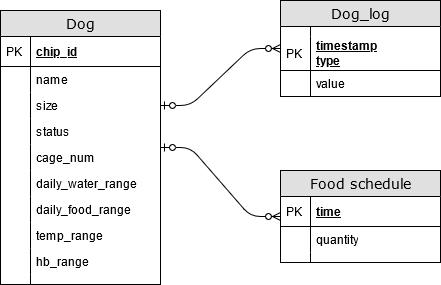
Above: DrawIo/EntityRelationship.png in SmartDogHouse/Report (draw.io), before the change. Source tidied: cells renumbered, new cells last; positions are measured from the earlier drawing's top-left corner, leaving out a move shared by most shapes. Source of this version:
```xml
<mxGraphModel>
  <root>
    <mxCell id="0" />
    <mxCell id="1" parent="0" />
    <mxCell id="2" value="Food schedule" style="swimlane;html=1;fontStyle=0;horizontal=1;startSize=26;fillColor=#e0e0e0;swimlaneFillColor=#ffffff;align=center;rounded=0;shadow=0;comic=0;labelBackgroundColor=none;strokeWidth=1;fontFamily=Verdana;fontSize=14;swimlaneLine=1;" parent="1" vertex="1">
      <mxGeometry x="280" y="170" width="160" height="92" as="geometry" />
    </mxCell>
    <mxCell id="3" value="time" style="shape=partialRectangle;top=0;left=0;right=0;bottom=1;html=1;align=left;verticalAlign=middle;fillColor=none;spacingLeft=34;spacingRight=4;whiteSpace=wrap;overflow=hidden;fontStyle=5;" parent="2" vertex="1">
      <mxGeometry y="26" width="160" height="30" as="geometry" />
    </mxCell>
    <mxCell id="4" value="PK" style="shape=partialRectangle;top=0;left=0;bottom=0;html=1;fillColor=none;align=left;verticalAlign=middle;spacingLeft=4;spacingRight=4;whiteSpace=wrap;overflow=hidden;" parent="3" vertex="1">
      <mxGeometry width="30" height="30" as="geometry" />
    </mxCell>
    <mxCell id="5" value="quantity" style="shape=partialRectangle;top=0;left=0;right=0;bottom=0;html=1;align=left;verticalAlign=top;fillColor=none;spacingLeft=34;spacingRight=4;whiteSpace=wrap;overflow=hidden;" parent="2" vertex="1">
      <mxGeometry y="56" width="160" height="26" as="geometry" />
    </mxCell>
    <mxCell id="6" style="shape=partialRectangle;top=0;left=0;bottom=0;html=1;fillColor=none;align=left;verticalAlign=top;spacingLeft=4;spacingRight=4;whiteSpace=wrap;overflow=hidden;" parent="5" vertex="1">
      <mxGeometry width="30" height="26" as="geometry" />
    </mxCell>
    <mxCell id="7" style="shape=partialRectangle;top=0;left=0;right=0;bottom=0;html=1;align=left;verticalAlign=top;fillColor=none;spacingLeft=34;spacingRight=4;whiteSpace=wrap;overflow=hidden;" parent="2" vertex="1">
      <mxGeometry y="82" width="160" height="10" as="geometry" />
    </mxCell>
    <mxCell id="8" style="shape=partialRectangle;top=0;left=0;bottom=0;html=1;fillColor=none;align=left;verticalAlign=top;spacingLeft=4;spacingRight=4;whiteSpace=wrap;overflow=hidden;" parent="7" vertex="1">
      <mxGeometry width="30" height="10" as="geometry" />
    </mxCell>
    <mxCell id="9" value="Dog" style="swimlane;html=1;fontStyle=0;horizontal=1;startSize=26;fillColor=#e0e0e0;swimlaneFillColor=#ffffff;align=center;rounded=0;shadow=0;comic=0;labelBackgroundColor=none;strokeWidth=1;fontFamily=Verdana;fontSize=14;" parent="1" vertex="1">
      <mxGeometry y="10" width="160" height="274" as="geometry" />
    </mxCell>
    <mxCell id="10" value="chip_id" style="shape=partialRectangle;top=0;left=0;right=0;bottom=1;html=1;align=left;verticalAlign=middle;fillColor=none;spacingLeft=34;spacingRight=4;whiteSpace=wrap;overflow=hidden;fontStyle=5;" parent="9" vertex="1">
      <mxGeometry y="26" width="160" height="30" as="geometry" />
    </mxCell>
    <mxCell id="11" value="PK" style="shape=partialRectangle;top=0;left=0;bottom=0;html=1;fillColor=none;align=left;verticalAlign=middle;spacingLeft=4;spacingRight=4;whiteSpace=wrap;overflow=hidden;" parent="10" vertex="1">
      <mxGeometry width="30" height="30" as="geometry" />
    </mxCell>
    <mxCell id="12" value="name" style="shape=partialRectangle;top=0;left=0;right=0;bottom=0;html=1;align=left;verticalAlign=top;fillColor=none;spacingLeft=34;spacingRight=4;whiteSpace=wrap;overflow=hidden;" parent="9" vertex="1">
      <mxGeometry y="56" width="160" height="26" as="geometry" />
    </mxCell>
    <mxCell id="13" style="shape=partialRectangle;top=0;left=0;bottom=0;html=1;fillColor=none;align=left;verticalAlign=top;spacingLeft=4;spacingRight=4;whiteSpace=wrap;overflow=hidden;" parent="12" vertex="1">
      <mxGeometry width="30" height="26" as="geometry" />
    </mxCell>
    <mxCell id="14" value="size" style="shape=partialRectangle;top=0;left=0;right=0;bottom=0;html=1;align=left;verticalAlign=top;fillColor=none;spacingLeft=34;spacingRight=4;whiteSpace=wrap;overflow=hidden;points=[[0,0.5],[1,0.5]];portConstraint=eastwest;" parent="9" vertex="1">
      <mxGeometry y="82" width="160" height="26" as="geometry" />
    </mxCell>
    <mxCell id="15" style="shape=partialRectangle;top=0;left=0;bottom=0;html=1;fillColor=none;align=left;verticalAlign=top;spacingLeft=4;spacingRight=4;whiteSpace=wrap;overflow=hidden;" parent="14" vertex="1">
      <mxGeometry width="30" height="26" as="geometry" />
    </mxCell>
    <mxCell id="16" value="status" style="shape=partialRectangle;top=0;left=0;right=0;bottom=0;html=1;align=left;verticalAlign=top;fillColor=none;spacingLeft=34;spacingRight=4;whiteSpace=wrap;overflow=hidden;" parent="9" vertex="1">
      <mxGeometry y="108" width="160" height="26" as="geometry" />
    </mxCell>
    <mxCell id="17" style="shape=partialRectangle;top=0;left=0;bottom=0;html=1;fillColor=none;align=left;verticalAlign=top;spacingLeft=4;spacingRight=4;whiteSpace=wrap;overflow=hidden;" parent="16" vertex="1">
      <mxGeometry width="30" height="26" as="geometry" />
    </mxCell>
    <mxCell id="18" value="cage_num" style="shape=partialRectangle;top=0;left=0;right=0;bottom=0;html=1;align=left;verticalAlign=top;fillColor=none;spacingLeft=34;spacingRight=4;whiteSpace=wrap;overflow=hidden;points=[[0,0.5],[1,0.5]];portConstraint=eastwest;" parent="9" vertex="1">
      <mxGeometry y="134" width="160" height="26" as="geometry" />
    </mxCell>
    <mxCell id="19" style="shape=partialRectangle;top=0;left=0;bottom=0;html=1;fillColor=none;align=left;verticalAlign=top;spacingLeft=4;spacingRight=4;whiteSpace=wrap;overflow=hidden;" parent="18" vertex="1">
      <mxGeometry width="30" height="26" as="geometry" />
    </mxCell>
    <mxCell id="20" value="daily_water_range" style="shape=partialRectangle;top=0;left=0;right=0;bottom=0;html=1;align=left;verticalAlign=top;fillColor=none;spacingLeft=34;spacingRight=4;whiteSpace=wrap;overflow=hidden;" parent="9" vertex="1">
      <mxGeometry y="160" width="160" height="26" as="geometry" />
    </mxCell>
    <mxCell id="21" style="shape=partialRectangle;top=0;left=0;bottom=0;html=1;fillColor=none;align=left;verticalAlign=top;spacingLeft=4;spacingRight=4;whiteSpace=wrap;overflow=hidden;" parent="20" vertex="1">
      <mxGeometry width="30" height="26" as="geometry" />
    </mxCell>
    <mxCell id="22" value="daily_food_range" style="shape=partialRectangle;top=0;left=0;right=0;bottom=0;html=1;align=left;verticalAlign=top;fillColor=none;spacingLeft=34;spacingRight=4;whiteSpace=wrap;overflow=hidden;" parent="9" vertex="1">
      <mxGeometry y="186" width="160" height="26" as="geometry" />
    </mxCell>
    <mxCell id="23" style="shape=partialRectangle;top=0;left=0;bottom=0;html=1;fillColor=none;align=left;verticalAlign=top;spacingLeft=4;spacingRight=4;whiteSpace=wrap;overflow=hidden;" parent="22" vertex="1">
      <mxGeometry width="30" height="26" as="geometry" />
    </mxCell>
    <mxCell id="24" value="temp_range" style="shape=partialRectangle;top=0;left=0;right=0;bottom=0;html=1;align=left;verticalAlign=top;fillColor=none;spacingLeft=34;spacingRight=4;whiteSpace=wrap;overflow=hidden;" parent="9" vertex="1">
      <mxGeometry y="212" width="160" height="26" as="geometry" />
    </mxCell>
    <mxCell id="25" style="shape=partialRectangle;top=0;left=0;bottom=0;html=1;fillColor=none;align=left;verticalAlign=top;spacingLeft=4;spacingRight=4;whiteSpace=wrap;overflow=hidden;" parent="24" vertex="1">
      <mxGeometry width="30" height="26" as="geometry" />
    </mxCell>
    <mxCell id="26" value="hb_range" style="shape=partialRectangle;top=0;left=0;right=0;bottom=0;html=1;align=left;verticalAlign=top;fillColor=none;spacingLeft=34;spacingRight=4;whiteSpace=wrap;overflow=hidden;" parent="9" vertex="1">
      <mxGeometry y="238" width="160" height="26" as="geometry" />
    </mxCell>
    <mxCell id="27" style="shape=partialRectangle;top=0;left=0;bottom=0;html=1;fillColor=none;align=left;verticalAlign=top;spacingLeft=4;spacingRight=4;whiteSpace=wrap;overflow=hidden;" parent="26" vertex="1">
      <mxGeometry width="30" height="26" as="geometry" />
    </mxCell>
    <mxCell id="28" style="shape=partialRectangle;top=0;left=0;right=0;bottom=0;html=1;align=left;verticalAlign=top;fillColor=none;spacingLeft=34;spacingRight=4;whiteSpace=wrap;overflow=hidden;" parent="9" vertex="1">
      <mxGeometry y="264" width="160" height="10" as="geometry" />
    </mxCell>
    <mxCell id="29" style="shape=partialRectangle;top=0;left=0;bottom=0;html=1;fillColor=none;align=left;verticalAlign=top;spacingLeft=4;spacingRight=4;whiteSpace=wrap;overflow=hidden;" parent="28" vertex="1">
      <mxGeometry width="30" height="10" as="geometry" />
    </mxCell>
    <mxCell id="30" style="edgeStyle=entityRelationEdgeStyle;html=1;endArrow=ERzeroToMany;startArrow=ERzeroToOne;labelBackgroundColor=none;fontFamily=Verdana;fontSize=14;exitX=1;exitY=0.5;exitDx=0;exitDy=0;" parent="1" edge="1" source="14" target="31">
      <mxGeometry relative="1" as="geometry" />
    </mxCell>
    <mxCell id="31" value="Dog_log" style="swimlane;html=1;fontStyle=0;horizontal=1;startSize=26;fillColor=#e0e0e0;swimlaneFillColor=#ffffff;align=center;rounded=0;shadow=0;comic=0;labelBackgroundColor=none;strokeWidth=1;fontFamily=Verdana;fontSize=14;" parent="1" vertex="1">
      <mxGeometry x="280" width="160" height="96" as="geometry" />
    </mxCell>
    <mxCell id="32" style="shape=partialRectangle;top=0;left=0;right=0;bottom=0;html=1;align=left;verticalAlign=top;fillColor=none;spacingLeft=34;spacingRight=4;whiteSpace=wrap;overflow=hidden;" parent="31" vertex="1">
      <mxGeometry y="26" width="160" height="10" as="geometry" />
    </mxCell>
    <mxCell id="33" style="shape=partialRectangle;top=0;left=0;bottom=0;html=1;fillColor=none;align=left;verticalAlign=top;spacingLeft=4;spacingRight=4;whiteSpace=wrap;overflow=hidden;" parent="32" vertex="1">
      <mxGeometry width="30" height="10" as="geometry" />
    </mxCell>
    <mxCell id="34" value="&lt;div&gt;timestamp&lt;/div&gt;&lt;div&gt;type&lt;br&gt;&lt;/div&gt;" style="shape=partialRectangle;top=0;left=0;right=0;bottom=1;html=1;align=left;verticalAlign=middle;fillColor=none;spacingLeft=34;spacingRight=4;whiteSpace=wrap;overflow=hidden;fontStyle=5;" parent="31" vertex="1">
      <mxGeometry y="36" width="160" height="34" as="geometry" />
    </mxCell>
    <mxCell id="35" value="PK" style="shape=partialRectangle;top=0;left=0;bottom=0;html=1;fillColor=none;align=left;verticalAlign=middle;spacingLeft=4;spacingRight=4;whiteSpace=wrap;overflow=hidden;" parent="34" vertex="1">
      <mxGeometry width="30" height="34" as="geometry" />
    </mxCell>
    <mxCell id="36" value="value" style="shape=partialRectangle;top=0;left=0;right=0;bottom=0;html=1;align=left;verticalAlign=top;fillColor=none;spacingLeft=34;spacingRight=4;whiteSpace=wrap;overflow=hidden;" parent="31" vertex="1">
      <mxGeometry y="70" width="160" height="26" as="geometry" />
    </mxCell>
    <mxCell id="37" style="shape=partialRectangle;top=0;left=0;bottom=0;html=1;fillColor=none;align=left;verticalAlign=top;spacingLeft=4;spacingRight=4;whiteSpace=wrap;overflow=hidden;" parent="36" vertex="1">
      <mxGeometry width="30" height="26" as="geometry" />
    </mxCell>
    <mxCell id="38" style="edgeStyle=entityRelationEdgeStyle;html=1;endArrow=ERzeroToMany;startArrow=ERzeroToOne;labelBackgroundColor=none;fontFamily=Verdana;fontSize=14;" parent="1" edge="1" source="9" target="2">
      <mxGeometry relative="1" as="geometry" />
    </mxCell>
  </root>
</mxGraphModel>
```
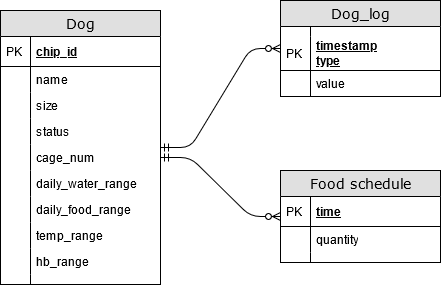
Later version of the same file.

What changed in the source:
```diff
@@ -86,9 +86,6 @@
     <mxCell id="29" style="shape=partialRectangle;top=0;left=0;bottom=0;html=1;fillColor=none;align=left;verticalAlign=top;spacingLeft=4;spacingRight=4;whiteSpace=wrap;overflow=hidden;" parent="28" vertex="1">
       <mxGeometry width="30" height="10" as="geometry" />
     </mxCell>
-    <mxCell id="30" style="edgeStyle=entityRelationEdgeStyle;html=1;endArrow=ERzeroToMany;startArrow=ERzeroToOne;labelBackgroundColor=none;fontFamily=Verdana;fontSize=14;exitX=1;exitY=0.5;exitDx=0;exitDy=0;" parent="1" edge="1" source="14" target="31">
-      <mxGeometry relative="1" as="geometry" />
-    </mxCell>
     <mxCell id="31" value="Dog_log" style="swimlane;html=1;fontStyle=0;horizontal=1;startSize=26;fillColor=#e0e0e0;swimlaneFillColor=#ffffff;align=center;rounded=0;shadow=0;comic=0;labelBackgroundColor=none;strokeWidth=1;fontFamily=Verdana;fontSize=14;" parent="1" vertex="1">
       <mxGeometry x="280" width="160" height="96" as="geometry" />
     </mxCell>
@@ -110,8 +107,11 @@
     <mxCell id="37" style="shape=partialRectangle;top=0;left=0;bottom=0;html=1;fillColor=none;align=left;verticalAlign=top;spacingLeft=4;spacingRight=4;whiteSpace=wrap;overflow=hidden;" parent="36" vertex="1">
       <mxGeometry width="30" height="26" as="geometry" />
     </mxCell>
-    <mxCell id="38" style="edgeStyle=entityRelationEdgeStyle;html=1;endArrow=ERzeroToMany;startArrow=ERzeroToOne;labelBackgroundColor=none;fontFamily=Verdana;fontSize=14;" parent="1" edge="1" source="9" target="2">
-      <mxGeometry relative="1" as="geometry" />
-    </mxCell>
+    <mxCell id="39" style="edgeStyle=entityRelationEdgeStyle;fontSize=12;html=1;endArrow=ERzeroToMany;startArrow=ERmandOne;" parent="1" edge="1" source="9" target="31">
+      <mxGeometry relative="1" as="geometry" />
+    </mxCell>
+    <mxCell id="40" style="edgeStyle=entityRelationEdgeStyle;fontSize=12;html=1;endArrow=ERzeroToMany;startArrow=ERmandOne;exitX=1;exitY=0.5;exitDx=0;exitDy=0;" parent="1" edge="1" source="18" target="2">
+      <mxGeometry relative="1" as="geometry" />
+    </mxCell>
   </root>
 </mxGraphModel>
```
